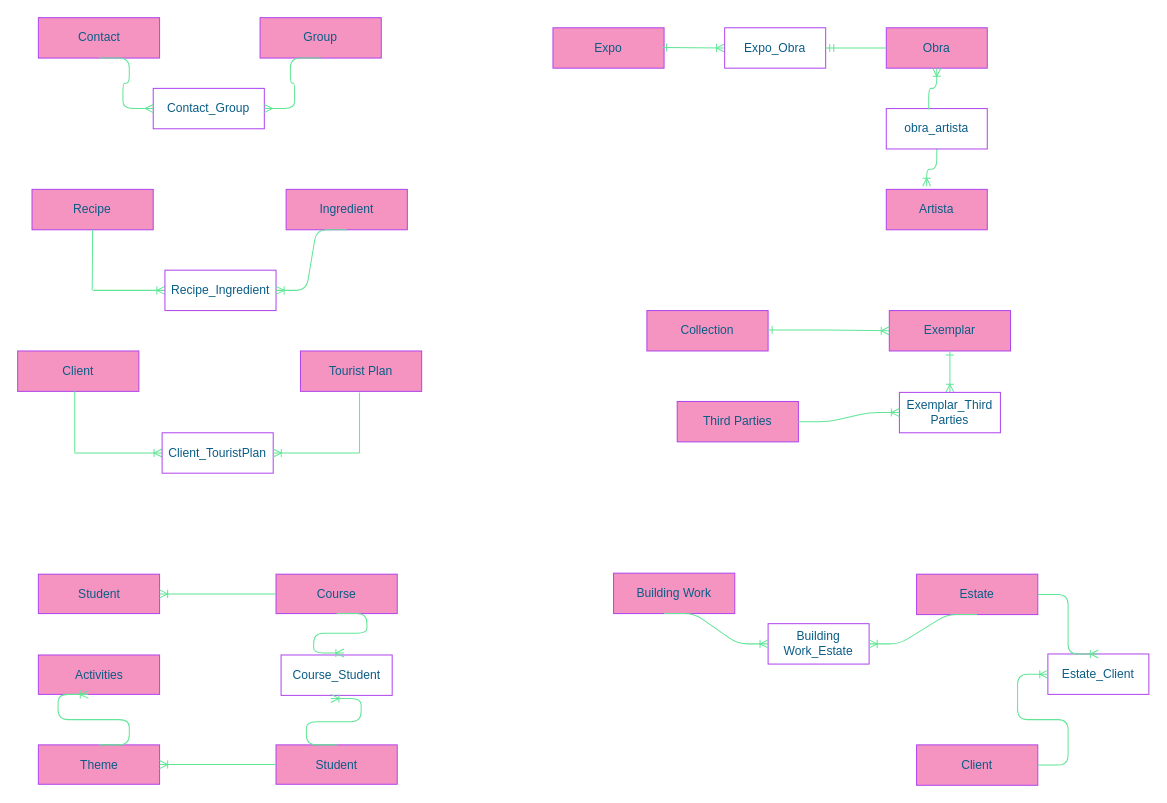
Above: Sin_titulo.drawio in XzzIsor/PracticeModels (draw.io), before the change. Source tidied: cells renumbered, new cells numbered last; positions are measured from the earlier drawing's top-left corner, leaving out a move shared by most shapes. Both pictures are drawn from the tidied source at 101%, with x=0, y=0 at pixel (17, 17).
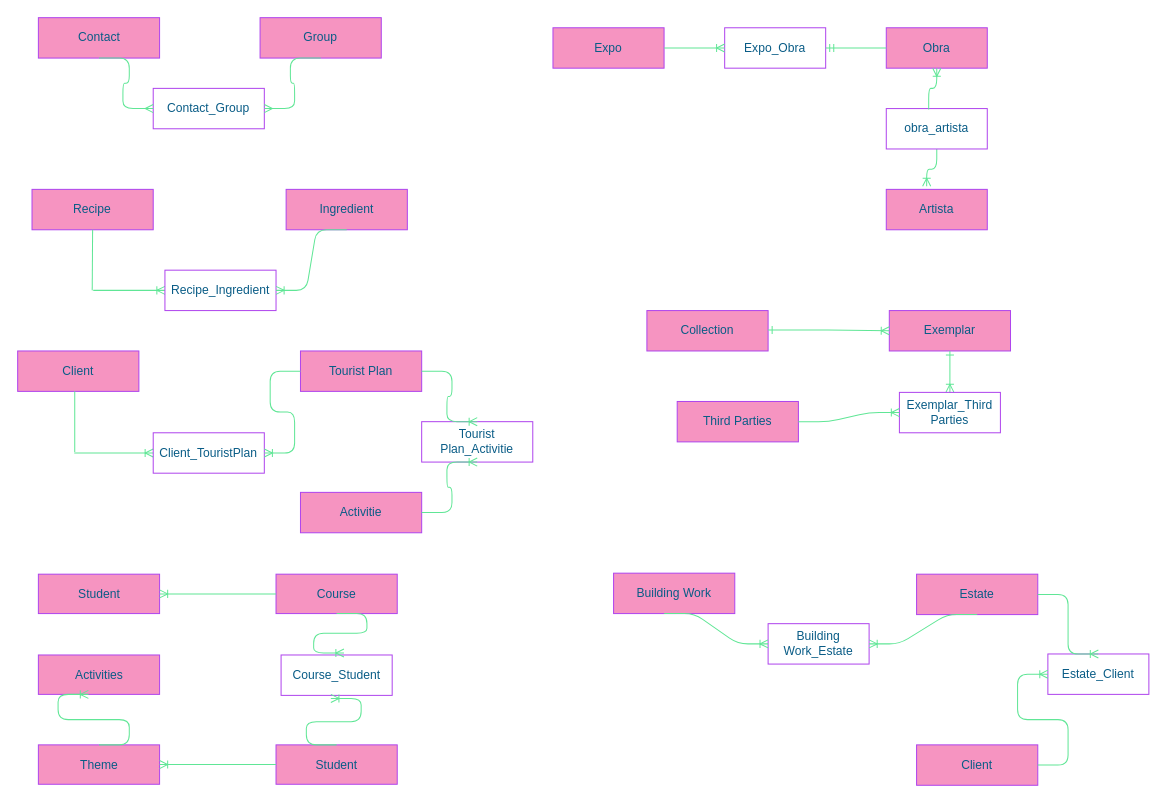
After the change.

The change refers to these unchanged cells:
```xml
<mxCell id="6" value="Expo" style="rounded=0;whiteSpace=wrap;html=1;fillColor=#F694C1;strokeColor=#AF45ED;fontColor=#095C86;" parent="1" vertex="1">
  <mxGeometry x="530" y="10" width="110" height="40" as="geometry" />
</mxCell>
<mxCell id="8" value="Tourist Plan" style="rounded=0;whiteSpace=wrap;html=1;fillColor=#F694C1;strokeColor=#AF45ED;fontColor=#095C86;" parent="1" vertex="1">
  <mxGeometry x="280" y="330" width="120" height="40" as="geometry" />
</mxCell>
<mxCell id="32" value="Expo_Obra" style="whiteSpace=wrap;html=1;align=center;fillColor=none;strokeColor=#AF45ED;fontColor=#095C86;" parent="1" vertex="1">
  <mxGeometry x="700" y="10" width="100" height="40" as="geometry" />
</mxCell>
```

The edit, as a diff of the source:
```diff
@@
-    <mxCell id="16" style="edgeStyle=orthogonalEdgeStyle;fontSize=12;html=1;endArrow=ERoneToMany;startArrow=ERone;rounded=0;endFill=0;startFill=0;strokeColor=#60E696;fontColor=#095C86;entryX=0;entryY=0.5;entryDx=0;entryDy=0;" parent="1" edge="1" target="32">
-      <mxGeometry relative="1" as="geometry">
-        <mxPoint x="638.5" y="29.5" as="sourcePoint" />
-      </mxGeometry>
-    </mxCell>
@@
     <mxCell id="21" value="Client_TouristPlan" style="whiteSpace=wrap;html=1;align=center;fillColor=none;strokeColor=#AF45ED;fontColor=#095C86;" parent="1" vertex="1">
-      <mxGeometry x="143" y="411" width="110" height="40" as="geometry" />
+      <mxGeometry x="134.2" y="411" width="110" height="40" as="geometry" />
     </mxCell>
-    <mxCell id="22" style="edgeStyle=entityRelationEdgeStyle;fontSize=12;html=1;endArrow=ERoneToMany;entryX=1;entryY=0.5;entryDx=0;entryDy=0;strokeColor=#60E696;fontColor=#095C86;" parent="1" edge="1" target="21">
-      <mxGeometry relative="1" as="geometry">
-        <mxPoint x="313" y="431" as="sourcePoint" />
-      </mxGeometry>
+    <mxCell id="22" style="edgeStyle=entityRelationEdgeStyle;fontSize=12;html=1;endArrow=ERoneToMany;entryX=1;entryY=0.5;entryDx=0;entryDy=0;strokeColor=#60E696;fontColor=#095C86;exitX=0;exitY=0.5;exitDx=0;exitDy=0;" parent="1" edge="1" source="8" target="21">
+      <mxGeometry relative="1" as="geometry" />
     </mxCell>
-    <mxCell id="23" style="endArrow=none;html=1;rounded=0;strokeColor=#60E696;fontColor=#095C86;" parent="1" edge="1">
-      <mxGeometry relative="1" as="geometry">
-        <mxPoint x="338.5" y="371" as="sourcePoint" />
-        <mxPoint x="338.5" y="431" as="targetPoint" />
-      </mxGeometry>
-    </mxCell>
@@
+    <mxCell id="56" style="edgeStyle=entityRelationEdgeStyle;fontSize=12;html=1;endArrow=ERoneToMany;strokeColor=#60E696;fillColor=#F694C1;exitX=1;exitY=0.5;exitDx=0;exitDy=0;entryX=0;entryY=0.5;entryDx=0;entryDy=0;" parent="1" edge="1" source="6" target="32">
+      <mxGeometry relative="1" as="geometry" />
+    </mxCell>
+    <mxCell id="57" value="Activitie" style="rounded=0;whiteSpace=wrap;html=1;fillColor=#F694C1;strokeColor=#AF45ED;fontColor=#095C86;" parent="1" vertex="1">
+      <mxGeometry x="280" y="470" width="120" height="40" as="geometry" />
+    </mxCell>
+    <mxCell id="58" value="Tourist Plan_Activitie" style="whiteSpace=wrap;html=1;align=center;fillColor=none;strokeColor=#AF45ED;fontColor=#095C86;" parent="1" vertex="1">
+      <mxGeometry x="400" y="400" width="110" height="40" as="geometry" />
+    </mxCell>
+    <mxCell id="59" style="edgeStyle=entityRelationEdgeStyle;fontSize=12;html=1;endArrow=ERoneToMany;strokeColor=#60E696;fillColor=#F694C1;exitX=1;exitY=0.5;exitDx=0;exitDy=0;entryX=0.5;entryY=0;entryDx=0;entryDy=0;" parent="1" edge="1" source="8" target="58">
+      <mxGeometry relative="1" as="geometry" />
+    </mxCell>
+    <mxCell id="60" style="edgeStyle=entityRelationEdgeStyle;fontSize=12;html=1;endArrow=ERoneToMany;strokeColor=#60E696;fillColor=#F694C1;exitX=1;exitY=0.5;exitDx=0;exitDy=0;entryX=0.5;entryY=1;entryDx=0;entryDy=0;" parent="1" edge="1" source="57" target="58">
+      <mxGeometry relative="1" as="geometry" />
+    </mxCell>
```
